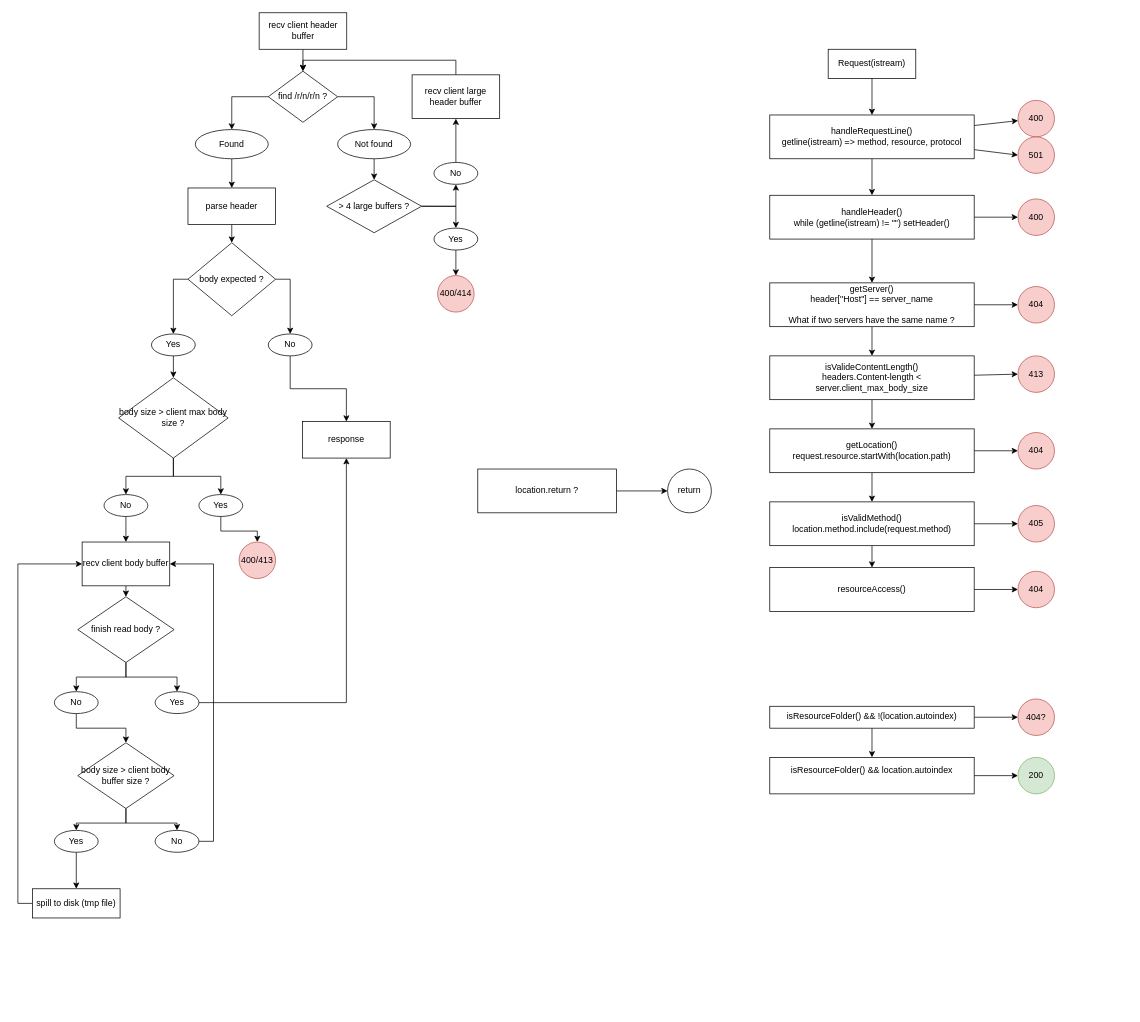
Earlier version of the draw.io diagram doc/request.drawio (PoursMo/webserv). Source tidied: cells renumbered, new cells numbered last; positions are measured from the earlier drawing's top-left corner, leaving out a move shared by most shapes. Both pictures are drawn from the tidied source at 73%, with x=0, y=0 at pixel (32, 12).
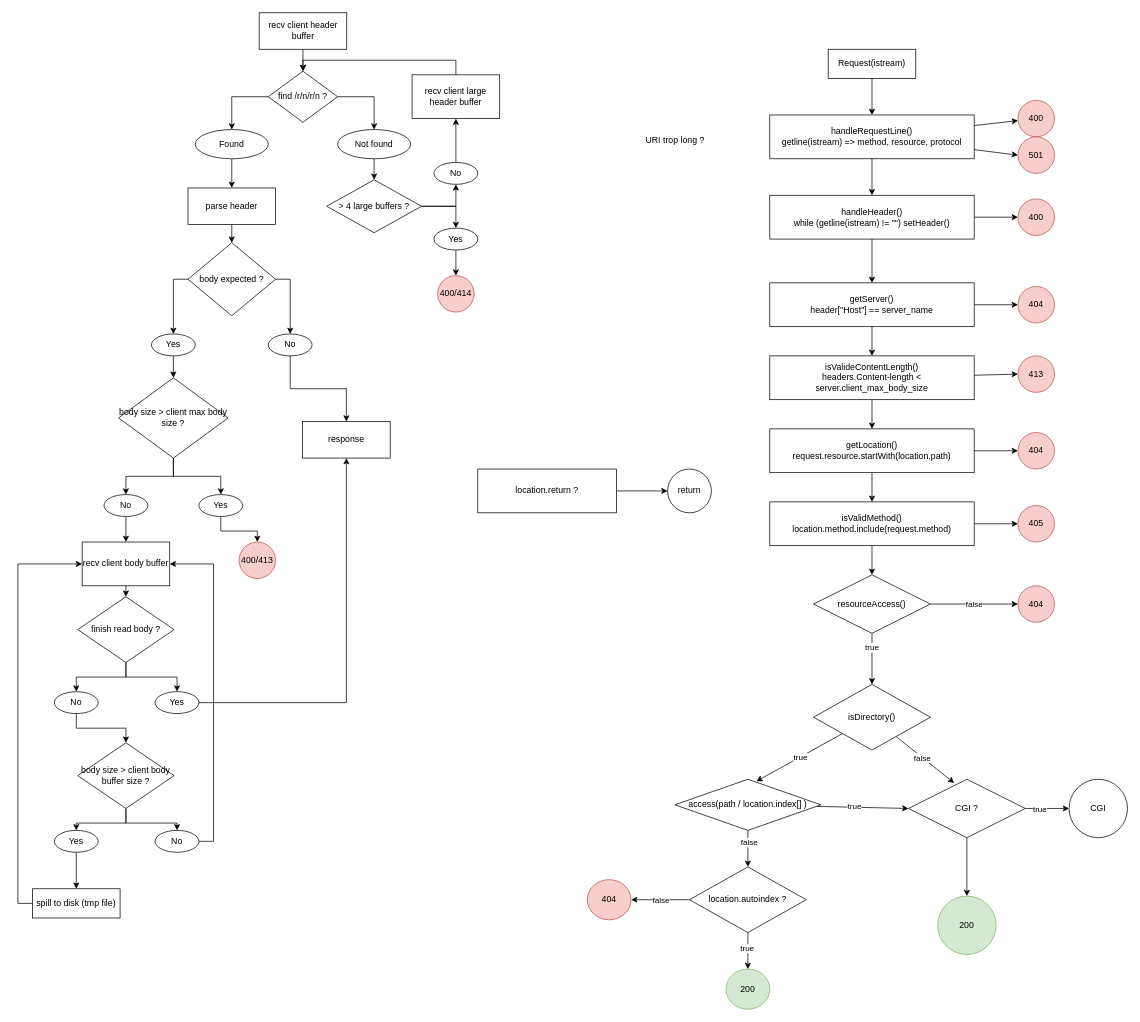
The same diagram, later.

Unchanged cells that the change refers to:
```xml
<mxCell id="24" value="isValidMethod()&lt;div&gt;location.method.include(request.method)&lt;/div&gt;" style="whiteSpace=wrap;html=1;" parent="1" vertex="1">
  <mxGeometry x="1010" y="670" width="280" height="60" as="geometry" />
</mxCell>
```

The edit, as a diff of the source:
```diff
@@
-    <mxCell id="6" value="getServer()&lt;br&gt;&lt;div&gt;header[&quot;Host&quot;] == server_name&lt;/div&gt;&lt;div&gt;&lt;br&gt;&lt;/div&gt;&lt;div&gt;What if two servers have the same name ?&lt;/div&gt;" style="whiteSpace=wrap;html=1;" parent="1" vertex="1">
+    <mxCell id="6" value="getServer()&lt;br&gt;&lt;div&gt;header[&quot;Host&quot;] == server_name&lt;/div&gt;" style="whiteSpace=wrap;html=1;" parent="1" vertex="1">
       <mxGeometry x="1010" y="370" width="280" height="60" as="geometry" />
     </mxCell>
@@
-    <mxCell id="23" style="edgeStyle=none;html=1;" parent="1" edge="1" source="24" target="35">
+    <mxCell id="23" style="edgeStyle=none;html=1;entryX=0.5;entryY=0;entryDx=0;entryDy=0;" parent="1" edge="1" source="24" target="35">
       <mxGeometry relative="1" as="geometry" />
     </mxCell>
@@
-    <mxCell id="32" style="edgeStyle=none;html=1;" parent="1" edge="1" source="33" target="37">
+    <mxCell id="32" style="edgeStyle=none;html=1;exitX=1;exitY=0.5;exitDx=0;exitDy=0;" parent="1" edge="1" source="121" target="37">
       <mxGeometry relative="1" as="geometry" />
     </mxCell>
-    <mxCell id="33" value="isResourceFolder() &amp;amp;&amp;amp; location.autoindex&lt;div&gt;&lt;br&gt;&lt;/div&gt;" style="whiteSpace=wrap;html=1;" parent="1" vertex="1">
-      <mxGeometry x="1010" y="1020" width="280" height="50" as="geometry" />
-    </mxCell>
-    <mxCell id="34" style="edgeStyle=none;html=1;" parent="1" edge="1" source="35" target="36">
-      <mxGeometry relative="1" as="geometry" />
-    </mxCell>
-    <mxCell id="35" value="resourceAccess()" style="whiteSpace=wrap;html=1;" parent="1" vertex="1">
-      <mxGeometry x="1010" y="760" width="280" height="60" as="geometry" />
-    </mxCell>
+    <mxCell id="98" value="true" style="edgeLabel;html=1;align=center;verticalAlign=middle;" parent="32" vertex="1">
+      <mxGeometry x="-0.36" y="-1" relative="1" as="geometry" />
+    </mxCell>
     <mxCell id="36" value="404" style="ellipse;whiteSpace=wrap;html=1;fillColor=#f8cecc;strokeColor=#b85450;" parent="1" vertex="1">
-      <mxGeometry x="1350" y="765" width="50" height="50" as="geometry" />
+      <mxGeometry x="1350" y="785" width="50" height="50" as="geometry" />
     </mxCell>
-    <mxCell id="37" value="200" style="ellipse;whiteSpace=wrap;html=1;fillColor=#d5e8d4;strokeColor=#82b366;" parent="1" vertex="1">
-      <mxGeometry x="1350" y="1020" width="50" height="50" as="geometry" />
+    <mxCell id="37" value="CGI" style="ellipse;whiteSpace=wrap;html=1;" parent="1" vertex="1">
+      <mxGeometry x="1420" y="1050" width="80" height="80" as="geometry" />
     </mxCell>
-    <mxCell id="38" style="edgeStyle=none;html=1;" parent="1" edge="1" source="40" target="41">
-      <mxGeometry relative="1" as="geometry" />
-    </mxCell>
-    <mxCell id="39" style="edgeStyle=none;html=1;entryX=0.5;entryY=0;entryDx=0;entryDy=0;" parent="1" edge="1" source="40" target="33">
-      <mxGeometry relative="1" as="geometry" />
-    </mxCell>
-    <mxCell id="40" value="isResourceFolder() &amp;amp;&amp;amp; !(location.autoindex)&lt;div&gt;&lt;br&gt;&lt;/div&gt;" style="whiteSpace=wrap;html=1;verticalAlign=top;" parent="1" vertex="1">
-      <mxGeometry x="1010" y="950" width="280" height="30" as="geometry" />
-    </mxCell>
-    <mxCell id="41" value="404?" style="ellipse;whiteSpace=wrap;html=1;fillColor=#f8cecc;strokeColor=#b85450;" parent="1" vertex="1">
-      <mxGeometry x="1350" y="940" width="50" height="50" as="geometry" />
-    </mxCell>
@@
+    <mxCell id="99" style="edgeStyle=none;html=1;entryX=0.558;entryY=0.04;entryDx=0;entryDy=0;entryPerimeter=0;" parent="1" edge="1" source="103" target="119">
+      <mxGeometry relative="1" as="geometry" />
+    </mxCell>
+    <mxCell id="100" value="true" style="edgeLabel;html=1;align=center;verticalAlign=middle;" parent="99" vertex="1">
+      <mxGeometry x="-0.02" relative="1" as="geometry" />
+    </mxCell>
+    <mxCell id="101" style="edgeStyle=none;html=1;entryX=0.391;entryY=0.063;entryDx=0;entryDy=0;entryPerimeter=0;" parent="1" edge="1" source="103" target="121">
+      <mxGeometry relative="1" as="geometry" />
+    </mxCell>
+    <mxCell id="102" value="false" style="edgeLabel;html=1;align=center;verticalAlign=middle;" parent="101" vertex="1">
+      <mxGeometry x="-0.1" relative="1" as="geometry" />
+    </mxCell>
+    <mxCell id="103" value="isDirectory()" style="rhombus;whiteSpace=wrap;html=1;" parent="1" vertex="1">
+      <mxGeometry x="1070" y="920" width="160" height="90" as="geometry" />
+    </mxCell>
+    <mxCell id="104" style="edgeStyle=none;html=1;" parent="1" edge="1" source="108" target="110">
+      <mxGeometry relative="1" as="geometry" />
+    </mxCell>
+    <mxCell id="105" value="true" style="edgeLabel;html=1;align=center;verticalAlign=middle;" parent="104" vertex="1">
+      <mxGeometry x="-0.17" y="-2" relative="1" as="geometry" />
+    </mxCell>
+    <mxCell id="106" style="edgeStyle=none;html=1;" parent="1" edge="1" source="108" target="111">
+      <mxGeometry relative="1" as="geometry" />
+    </mxCell>
+    <mxCell id="107" value="false" style="edgeLabel;html=1;align=center;verticalAlign=middle;" parent="106" vertex="1">
+      <mxGeometry x="-0.45" y="1" relative="1" as="geometry">
+        <mxPoint x="-18" y="-1" as="offset" />
+      </mxGeometry>
+    </mxCell>
+    <mxCell id="108" value="location.autoindex ?" style="rhombus;whiteSpace=wrap;html=1;" parent="1" vertex="1">
+      <mxGeometry x="900" y="1170" width="160" height="90" as="geometry" />
+    </mxCell>
+    <mxCell id="109" value="URI trop long ?" style="text;html=1;align=center;verticalAlign=middle;strokeColor=none;fillColor=none;" parent="1" vertex="1">
+      <mxGeometry x="830" y="160" width="100" height="30" as="geometry" />
+    </mxCell>
+    <mxCell id="110" value="200" style="ellipse;whiteSpace=wrap;html=1;fillColor=#d5e8d4;strokeColor=#82b366;" parent="1" vertex="1">
+      <mxGeometry x="950" y="1310" width="60" height="55" as="geometry" />
+    </mxCell>
+    <mxCell id="111" value="404" style="ellipse;whiteSpace=wrap;html=1;fillColor=#f8cecc;strokeColor=#b85450;" parent="1" vertex="1">
+      <mxGeometry x="760" y="1187.5" width="60" height="55" as="geometry" />
+    </mxCell>
+    <mxCell id="34" style="edgeStyle=none;html=1;entryX=0;entryY=0.5;entryDx=0;entryDy=0;" parent="1" edge="1" source="35" target="36">
+      <mxGeometry relative="1" as="geometry" />
+    </mxCell>
+    <mxCell id="112" value="false" style="edgeLabel;html=1;align=center;verticalAlign=middle;" parent="34" vertex="1">
+      <mxGeometry x="0.44" y="-2" relative="1" as="geometry">
+        <mxPoint x="-27" y="-2" as="offset" />
+      </mxGeometry>
+    </mxCell>
+    <mxCell id="113" style="edgeStyle=none;html=1;entryX=0.5;entryY=0;entryDx=0;entryDy=0;" parent="1" edge="1" source="35" target="103">
+      <mxGeometry relative="1" as="geometry" />
+    </mxCell>
+    <mxCell id="114" value="true" style="edgeLabel;html=1;align=center;verticalAlign=middle;" parent="113" vertex="1">
+      <mxGeometry x="-0.46" y="-1" relative="1" as="geometry" />
+    </mxCell>
+    <mxCell id="35" value="&lt;span style=&quot;color: rgb(0, 0, 0);&quot;&gt;resourceAccess()&lt;/span&gt;" style="rhombus;whiteSpace=wrap;html=1;" parent="1" vertex="1">
+      <mxGeometry x="1070" y="770" width="160" height="80" as="geometry" />
+    </mxCell>
+    <mxCell id="115" style="edgeStyle=none;html=1;entryX=0;entryY=0.5;entryDx=0;entryDy=0;" parent="1" edge="1" source="119" target="121">
+      <mxGeometry relative="1" as="geometry" />
+    </mxCell>
+    <mxCell id="116" value="true" style="edgeLabel;html=1;align=center;verticalAlign=middle;" parent="115" vertex="1">
+      <mxGeometry x="-0.18" y="2" relative="1" as="geometry" />
+    </mxCell>
+    <mxCell id="117" style="edgeStyle=none;html=1;entryX=0.5;entryY=0;entryDx=0;entryDy=0;" parent="1" edge="1" source="119" target="108">
+      <mxGeometry relative="1" as="geometry" />
+    </mxCell>
+    <mxCell id="118" value="false" style="edgeLabel;html=1;align=center;verticalAlign=middle;" parent="117" vertex="1">
+      <mxGeometry x="-0.36" y="1" relative="1" as="geometry" />
+    </mxCell>
+    <mxCell id="119" value="&lt;span style=&quot;color: rgb(0, 0, 0);&quot;&gt;access(path / location.index[] )&lt;/span&gt;" style="rhombus;whiteSpace=wrap;html=1;" parent="1" vertex="1">
+      <mxGeometry x="880" y="1050" width="200" height="70" as="geometry" />
+    </mxCell>
+    <mxCell id="120" style="edgeStyle=none;html=1;" parent="1" edge="1" source="121" target="122">
+      <mxGeometry relative="1" as="geometry" />
+    </mxCell>
+    <mxCell id="121" value="CGI ?" style="rhombus;whiteSpace=wrap;html=1;" parent="1" vertex="1">
+      <mxGeometry x="1200" y="1050" width="160" height="80" as="geometry" />
+    </mxCell>
+    <mxCell id="122" value="200" style="ellipse;whiteSpace=wrap;html=1;fillColor=#d5e8d4;strokeColor=#82b366;" parent="1" vertex="1">
+      <mxGeometry x="1240" y="1210" width="80" height="80" as="geometry" />
+    </mxCell>
```
